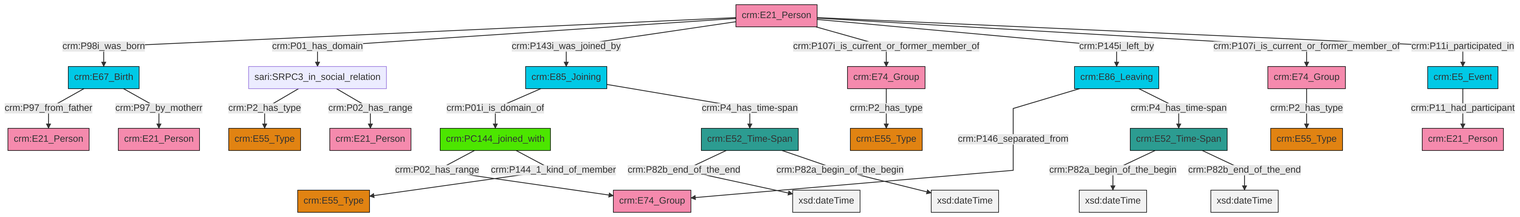
Before: et/personCSV/ttl/mmd/png/Person_Actor_Relations.png, a diagram exported from Mermaid (swiss-art-research-net/docs.swissartresearch). Its source is kept beside it as et/personCSV/ttl/mmd/Person_Actor_Relations.ttl.mmd.
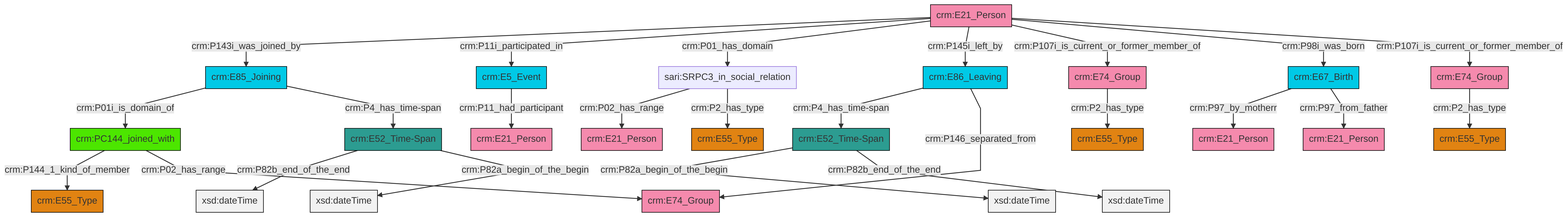
Later version of the same file.

Diff of the diagram source:
```diff
@@ -13,27 +13,27 @@
 classDef PC_Classes fill:#4ce600, stroke:#000000;
 classDef Multi fill:#cccccc,stroke:#000000;
 
-4["crm:E85_Joining"]:::Temporal_Entity -->|crm:P01i_is_domain_of| 5["crm:PC144_joined_with"]:::PC_Classes
-0["crm:E52_Time-Span"]:::Time-Span -->|crm:P82a_begin_of_the_begin| 6[xsd:dateTime]:::Literal
-0["crm:E52_Time-Span"]:::Time-Span -->|crm:P82b_end_of_the_end| 7[xsd:dateTime]:::Literal
-9["crm:E5_Event"]:::Temporal_Entity -->|crm:P11_had_participant| 10["crm:E21_Person"]:::Actor
-11["crm:E21_Person"]:::Actor -->|crm:P98i_was_born| 2["crm:E67_Birth"]:::Temporal_Entity
-12["crm:E74_Group"]:::Actor -->|crm:P2_has_type| 13["crm:E55_Type"]:::Type
-14["crm:E86_Leaving"]:::Temporal_Entity -->|crm:P146_separated_from| 15["crm:E74_Group"]:::Actor
-16["sari:SRPC3_in_social_relation"]:::Default -->|crm:P2_has_type| 17["crm:E55_Type"]:::Type
-16["sari:SRPC3_in_social_relation"]:::Default -->|crm:P02_has_range| 18["crm:E21_Person"]:::Actor
-11["crm:E21_Person"]:::Actor -->|crm:P01_has_domain| 16["sari:SRPC3_in_social_relation"]:::Default
-2["crm:E67_Birth"]:::Temporal_Entity -->|crm:P97_from_father| 23["crm:E21_Person"]:::Actor
-11["crm:E21_Person"]:::Actor -->|crm:P143i_was_joined_by| 4["crm:E85_Joining"]:::Temporal_Entity
-29["crm:E52_Time-Span"]:::Time-Span -->|crm:P82b_end_of_the_end| 30[xsd:dateTime]:::Literal
-14["crm:E86_Leaving"]:::Temporal_Entity -->|crm:P4_has_time-span| 0["crm:E52_Time-Span"]:::Time-Span
-29["crm:E52_Time-Span"]:::Time-Span -->|crm:P82a_begin_of_the_begin| 33[xsd:dateTime]:::Literal
-5["crm:PC144_joined_with"]:::PC_Classes -->|crm:P02_has_range| 15["crm:E74_Group"]:::Actor
-11["crm:E21_Person"]:::Actor -->|crm:P107i_is_current_or_former_member_of| 12["crm:E74_Group"]:::Actor
-4["crm:E85_Joining"]:::Temporal_Entity -->|crm:P4_has_time-span| 29["crm:E52_Time-Span"]:::Time-Span
-11["crm:E21_Person"]:::Actor -->|crm:P145i_left_by| 14["crm:E86_Leaving"]:::Temporal_Entity
-11["crm:E21_Person"]:::Actor -->|crm:P107i_is_current_or_former_member_of| 38["crm:E74_Group"]:::Actor
-5["crm:PC144_joined_with"]:::PC_Classes -->|crm:P144_1_kind_of_member| 39["crm:E55_Type"]:::Type
-38["crm:E74_Group"]:::Actor -->|crm:P2_has_type| 31["crm:E55_Type"]:::Type
-11["crm:E21_Person"]:::Actor -->|crm:P11i_participated_in| 9["crm:E5_Event"]:::Temporal_Entity
-2["crm:E67_Birth"]:::Temporal_Entity -->|crm:P97_by_motherr| 44["crm:E21_Person"]:::Actor
+0["crm:E21_Person"]:::Actor -->|crm:P143i_was_joined_by| 1["crm:E85_Joining"]:::Temporal_Entity
+0["crm:E21_Person"]:::Actor -->|crm:P11i_participated_in| 4["crm:E5_Event"]:::Temporal_Entity
+9["sari:SRPC3_in_social_relation"]:::Default -->|crm:P02_has_range| 10["crm:E21_Person"]:::Actor
+14["crm:E52_Time-Span"]:::Time-Span -->|crm:P82b_end_of_the_end| 15[xsd:dateTime]:::Literal
+7["crm:E74_Group"]:::Actor -->|crm:P2_has_type| 16["crm:E55_Type"]:::Type
+5["crm:PC144_joined_with"]:::PC_Classes -->|crm:P144_1_kind_of_member| 18["crm:E55_Type"]:::Type
+0["crm:E21_Person"]:::Actor -->|crm:P01_has_domain| 9["sari:SRPC3_in_social_relation"]:::Default
+9["sari:SRPC3_in_social_relation"]:::Default -->|crm:P2_has_type| 23["crm:E55_Type"]:::Type
+19["crm:E52_Time-Span"]:::Time-Span -->|crm:P82a_begin_of_the_begin| 25[xsd:dateTime]:::Literal
+0["crm:E21_Person"]:::Actor -->|crm:P145i_left_by| 26["crm:E86_Leaving"]:::Temporal_Entity
+1["crm:E85_Joining"]:::Temporal_Entity -->|crm:P01i_is_domain_of| 5["crm:PC144_joined_with"]:::PC_Classes
+5["crm:PC144_joined_with"]:::PC_Classes -->|crm:P02_has_range| 27["crm:E74_Group"]:::Actor
+28["crm:E67_Birth"]:::Temporal_Entity -->|crm:P97_by_motherr| 11["crm:E21_Person"]:::Actor
+4["crm:E5_Event"]:::Temporal_Entity -->|crm:P11_had_participant| 30["crm:E21_Person"]:::Actor
+0["crm:E21_Person"]:::Actor -->|crm:P107i_is_current_or_former_member_of| 31["crm:E74_Group"]:::Actor
+1["crm:E85_Joining"]:::Temporal_Entity -->|crm:P4_has_time-span| 14["crm:E52_Time-Span"]:::Time-Span
+28["crm:E67_Birth"]:::Temporal_Entity -->|crm:P97_from_father| 35["crm:E21_Person"]:::Actor
+26["crm:E86_Leaving"]:::Temporal_Entity -->|crm:P4_has_time-span| 19["crm:E52_Time-Span"]:::Time-Span
+31["crm:E74_Group"]:::Actor -->|crm:P2_has_type| 2["crm:E55_Type"]:::Type
+0["crm:E21_Person"]:::Actor -->|crm:P98i_was_born| 28["crm:E67_Birth"]:::Temporal_Entity
+0["crm:E21_Person"]:::Actor -->|crm:P107i_is_current_or_former_member_of| 7["crm:E74_Group"]:::Actor
+14["crm:E52_Time-Span"]:::Time-Span -->|crm:P82a_begin_of_the_begin| 40[xsd:dateTime]:::Literal
+19["crm:E52_Time-Span"]:::Time-Span -->|crm:P82b_end_of_the_end| 42[xsd:dateTime]:::Literal
+26["crm:E86_Leaving"]:::Temporal_Entity -->|crm:P146_separated_from| 27["crm:E74_Group"]:::Actor
```
